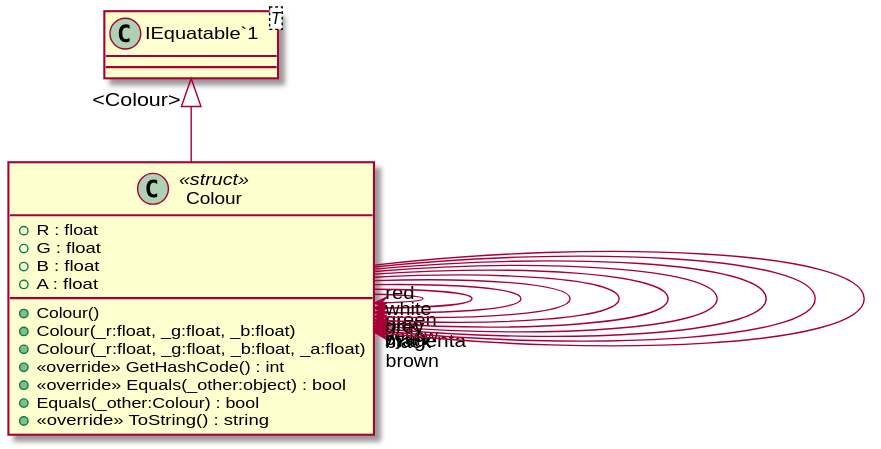
Earlier version of the PlantUML export UML/Core/Colour.svg (Zaephus/GraphicsProgramming).
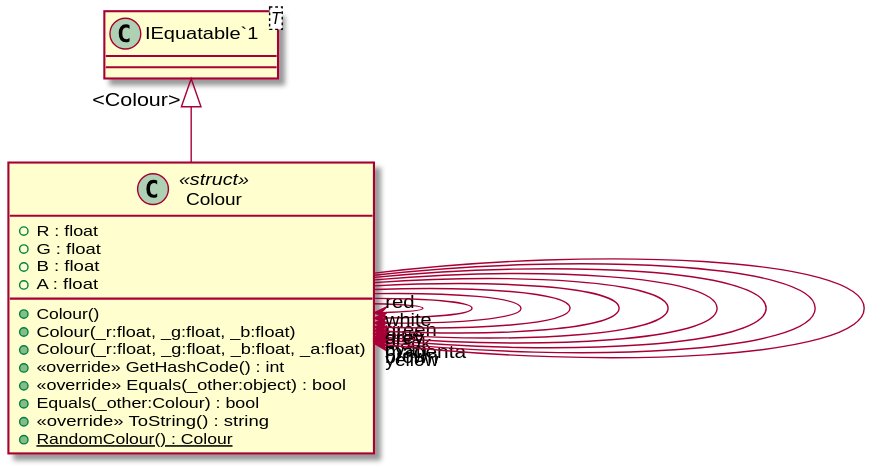
After the commit.

Change to the diagram source:
```diff
@@ -11,6 +11,7 @@
     + <<override>> Equals(_other:object) : bool
     + Equals(_other:Colour) : bool
     + <<override>> ToString() : string
+    + {static} RandomColour() : Colour
 }
 class "IEquatable`1"<T> {
 }
```
